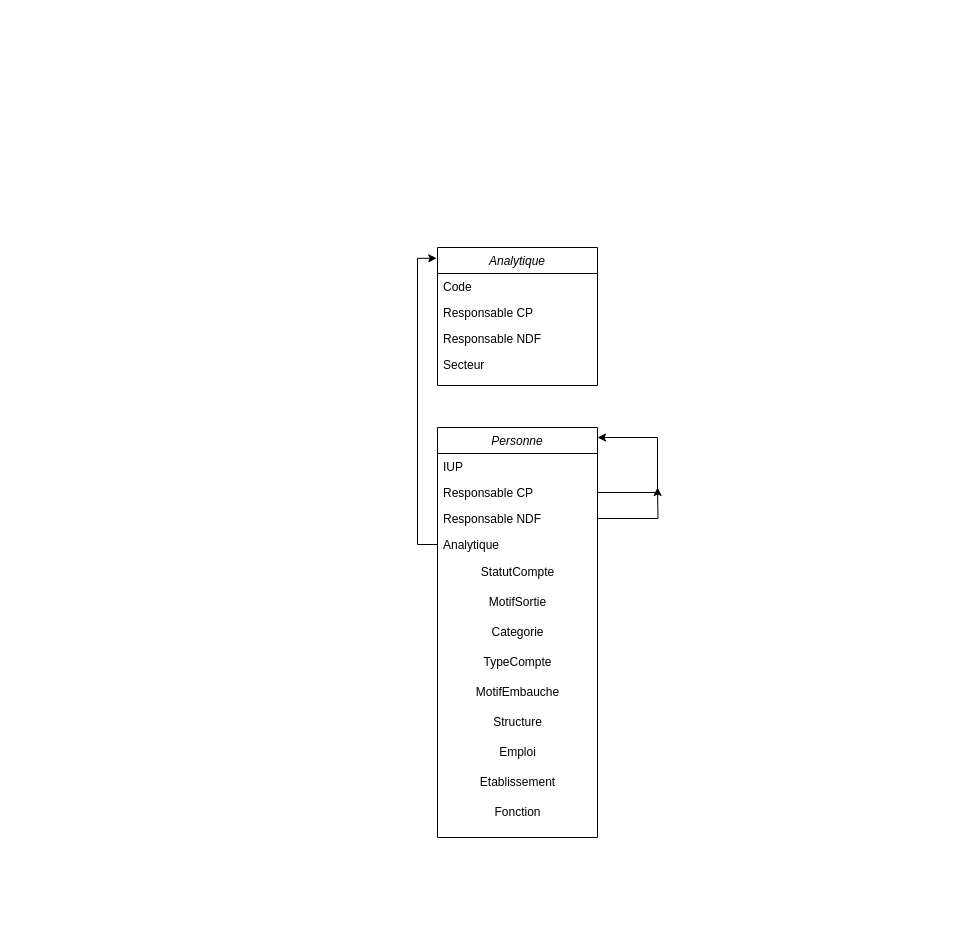
Jlassalle/hello-world keeps this draw.io diagram as Diagramme sans nom.drawio. Above is the earlier version. Source tidied: cells renumbered, new cells numbered last; positions are measured from the earlier drawing's top-left corner, leaving out a move shared by most shapes. Both pictures are drawn from the tidied source at 100%, with x=0, y=0 at pixel (437, 247).
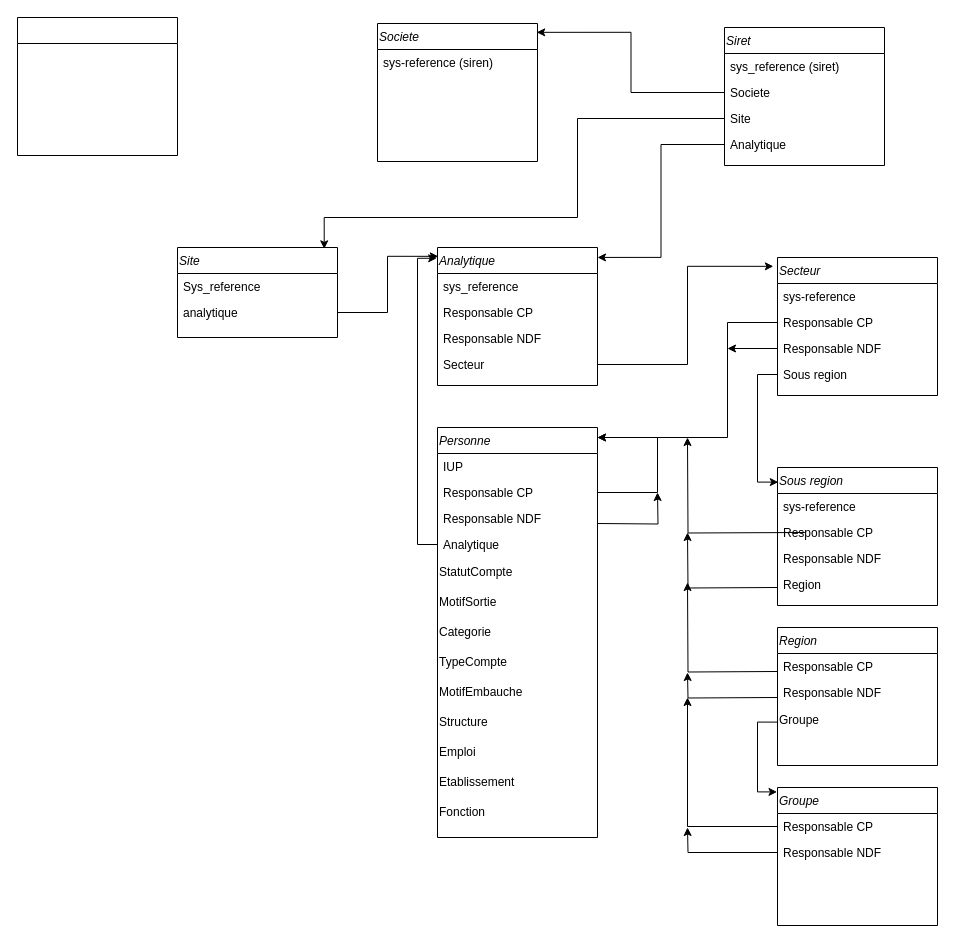
The same page after the edit.

Commit message (it also covers changes not shown here):
Mettre à jour Diagramme sans nom.drawio

Unchanged cells that the change refers to:
```xml
<mxCell id="6" value="Secteur" style="text;align=left;verticalAlign=top;spacingLeft=4;spacingRight=4;overflow=hidden;points=[[0,0.5],[1,0.5]];portConstraint=eastwest;" parent="2" vertex="1">
  <mxGeometry y="104" width="160" height="26" as="geometry" />
</mxCell>
<mxCell id="10" value="Responsable CP" style="text;align=left;verticalAlign=top;spacingLeft=4;spacingRight=4;overflow=hidden;points=[[0,0.5],[1,0.5]];portConstraint=eastwest;rounded=0;shadow=0;html=0;" parent="7" vertex="1">
  <mxGeometry y="52" width="160" height="26" as="geometry" />
</mxCell>
<mxCell id="12" value="Responsable NDF" style="text;align=left;verticalAlign=top;spacingLeft=4;spacingRight=4;overflow=hidden;points=[[0,0.5],[1,0.5]];portConstraint=eastwest;rounded=0;shadow=0;html=0;" parent="7" vertex="1">
  <mxGeometry y="78" width="160" height="26" as="geometry" />
</mxCell>
<mxCell id="13" value="Analytique" style="text;align=left;verticalAlign=top;spacingLeft=4;spacingRight=4;overflow=hidden;points=[[0,0.5],[1,0.5]];portConstraint=eastwest;" parent="7" vertex="1">
  <mxGeometry y="104" width="160" height="26" as="geometry" />
</mxCell>
```

What changed in the source:
```diff
@@
-    <mxCell id="2" value="Analytique&#10;" style="swimlane;fontStyle=2;align=center;verticalAlign=top;horizontal=1;startSize=26;rounded=0;shadow=0;strokeWidth=1;" parent="1" vertex="1">
+    <mxCell id="2" value="Analytique&#10;" style="swimlane;fontStyle=2;align=left;verticalAlign=top;horizontal=1;startSize=26;rounded=0;shadow=0;strokeWidth=1;" parent="1" vertex="1">
       <mxGeometry width="160" height="138" as="geometry" />
     </mxCell>
-    <mxCell id="3" value="Code" style="text;align=left;verticalAlign=top;spacingLeft=4;spacingRight=4;overflow=hidden;" parent="2" vertex="1">
+    <mxCell id="3" value="sys_reference" style="text;align=left;verticalAlign=top;spacingLeft=4;spacingRight=4;overflow=hidden;" parent="2" vertex="1">
       <mxGeometry y="26" width="160" height="26" as="geometry" />
     </mxCell>
@@
-    <mxCell id="7" value="Personne" style="swimlane;fontStyle=2;align=center;verticalAlign=top;horizontal=1;startSize=26;rounded=0;shadow=0;strokeWidth=1;" parent="1" vertex="1">
+    <mxCell id="7" value="Personne" style="swimlane;fontStyle=2;align=left;verticalAlign=top;horizontal=1;startSize=26;rounded=0;shadow=0;strokeWidth=1;" parent="1" vertex="1">
       <mxGeometry y="180" width="160" height="410" as="geometry" />
     </mxCell>
@@
-    <mxCell id="9" style="edgeStyle=orthogonalEdgeStyle;rounded=0;jettySize=auto;html=1;" parent="7" edge="1" source="10">
+    <mxCell id="9" style="edgeStyle=orthogonalEdgeStyle;rounded=0;jettySize=auto;html=1;align=left;" parent="7" edge="1" source="10">
       <mxGeometry relative="1" as="geometry">
         <mxPoint x="160" y="10" as="targetPoint" />
         <Array as="points">
           <mxPoint x="220" y="65" />
           <mxPoint x="220" y="10" />
           <mxPoint x="161" y="10" />
         </Array>
       </mxGeometry>
     </mxCell>
@@
-    <mxCell id="11" style="edgeStyle=orthogonalEdgeStyle;rounded=0;jettySize=auto;html=1;" parent="7" edge="1" source="12">
-      <mxGeometry relative="1" as="geometry">
-        <mxPoint x="220" y="60" as="targetPoint" />
-      </mxGeometry>
-    </mxCell>
@@
-    <mxCell id="14" value="StatutCompte" style="text;html=1;align=center;verticalAlign=middle;strokeColor=none;fillColor=none;" parent="7" vertex="1">
+    <mxCell id="14" value="StatutCompte" style="text;html=1;align=left;verticalAlign=middle;strokeColor=none;fillColor=none;" parent="7" vertex="1">
       <mxGeometry y="130" width="160" height="30" as="geometry" />
     </mxCell>
-    <mxCell id="15" value="MotifSortie" style="text;html=1;align=center;verticalAlign=middle;strokeColor=none;fillColor=none;" parent="7" vertex="1">
+    <mxCell id="15" value="MotifSortie" style="text;html=1;align=left;verticalAlign=middle;strokeColor=none;fillColor=none;" parent="7" vertex="1">
       <mxGeometry y="160" width="160" height="30" as="geometry" />
     </mxCell>
-    <mxCell id="16" value="Categorie" style="text;html=1;align=center;verticalAlign=middle;strokeColor=none;fillColor=none;" parent="7" vertex="1">
+    <mxCell id="16" value="Categorie" style="text;html=1;align=left;verticalAlign=middle;strokeColor=none;fillColor=none;" parent="7" vertex="1">
       <mxGeometry y="190" width="160" height="30" as="geometry" />
     </mxCell>
-    <mxCell id="17" value="TypeCompte" style="text;html=1;align=center;verticalAlign=middle;strokeColor=none;fillColor=none;" parent="7" vertex="1">
+    <mxCell id="17" value="TypeCompte" style="text;html=1;align=left;verticalAlign=middle;strokeColor=none;fillColor=none;" parent="7" vertex="1">
       <mxGeometry y="220" width="160" height="30" as="geometry" />
     </mxCell>
-    <mxCell id="18" value="MotifEmbauche" style="text;html=1;align=center;verticalAlign=middle;strokeColor=none;fillColor=none;" parent="7" vertex="1">
+    <mxCell id="18" value="MotifEmbauche" style="text;html=1;align=left;verticalAlign=middle;strokeColor=none;fillColor=none;" parent="7" vertex="1">
       <mxGeometry y="250" width="160" height="30" as="geometry" />
     </mxCell>
-    <mxCell id="19" value="Structure" style="text;html=1;align=center;verticalAlign=middle;strokeColor=none;fillColor=none;" parent="7" vertex="1">
+    <mxCell id="19" value="Structure" style="text;html=1;align=left;verticalAlign=middle;strokeColor=none;fillColor=none;" parent="7" vertex="1">
       <mxGeometry y="280" width="160" height="30" as="geometry" />
     </mxCell>
-    <mxCell id="20" value="Emploi" style="text;html=1;align=center;verticalAlign=middle;strokeColor=none;fillColor=none;" parent="7" vertex="1">
+    <mxCell id="20" value="Emploi" style="text;html=1;align=left;verticalAlign=middle;strokeColor=none;fillColor=none;" parent="7" vertex="1">
       <mxGeometry y="310" width="160" height="30" as="geometry" />
     </mxCell>
-    <mxCell id="21" value="Etablissement" style="text;html=1;align=center;verticalAlign=middle;strokeColor=none;fillColor=none;" parent="7" vertex="1">
+    <mxCell id="21" value="Etablissement" style="text;html=1;align=left;verticalAlign=middle;strokeColor=none;fillColor=none;" parent="7" vertex="1">
       <mxGeometry y="340" width="160" height="30" as="geometry" />
     </mxCell>
-    <mxCell id="22" value="Fonction" style="text;html=1;align=center;verticalAlign=middle;strokeColor=none;fillColor=none;" parent="7" vertex="1">
+    <mxCell id="22" value="Fonction" style="text;html=1;align=left;verticalAlign=middle;strokeColor=none;fillColor=none;" parent="7" vertex="1">
       <mxGeometry y="370" width="160" height="30" as="geometry" />
     </mxCell>
-    <mxCell id="23" style="edgeStyle=orthogonalEdgeStyle;rounded=0;jettySize=auto;html=1;entryX=-0.005;entryY=0.078;entryDx=0;entryDy=0;entryPerimeter=0;" parent="1" edge="1" source="13" target="2">
+    <mxCell id="23" style="edgeStyle=orthogonalEdgeStyle;rounded=0;jettySize=auto;html=1;entryX=-0.005;entryY=0.078;entryDx=0;entryDy=0;entryPerimeter=0;align=left;" parent="1" edge="1" source="13" target="2">
       <mxGeometry relative="1" as="geometry" />
     </mxCell>
+    <mxCell id="24" value="Site" style="swimlane;fontStyle=2;align=left;verticalAlign=top;horizontal=1;startSize=26;rounded=0;shadow=0;strokeWidth=1;" parent="1" vertex="1">
+      <mxGeometry x="-260" width="160" height="90" as="geometry" />
+    </mxCell>
+    <mxCell id="25" value="Sys_reference" style="text;align=left;verticalAlign=top;spacingLeft=4;spacingRight=4;overflow=hidden;" parent="24" vertex="1">
+      <mxGeometry y="26" width="160" height="26" as="geometry" />
+    </mxCell>
+    <mxCell id="26" value="analytique" style="text;align=left;verticalAlign=top;spacingLeft=4;spacingRight=4;overflow=hidden;points=[[0,0.5],[1,0.5]];portConstraint=eastwest;rounded=0;shadow=0;html=0;" parent="24" vertex="1">
+      <mxGeometry y="52" width="160" height="26" as="geometry" />
+    </mxCell>
+    <mxCell id="27" value="Siret" style="swimlane;fontStyle=2;align=left;verticalAlign=top;horizontal=1;startSize=26;rounded=0;shadow=0;strokeWidth=1;" parent="1" vertex="1">
+      <mxGeometry x="287" y="-220" width="160" height="138" as="geometry" />
+    </mxCell>
+    <mxCell id="28" value="sys_reference (siret)" style="text;align=left;verticalAlign=top;spacingLeft=4;spacingRight=4;overflow=hidden;" parent="27" vertex="1">
+      <mxGeometry y="26" width="160" height="26" as="geometry" />
+    </mxCell>
+    <mxCell id="29" value="Societe" style="text;align=left;verticalAlign=top;spacingLeft=4;spacingRight=4;overflow=hidden;points=[[0,0.5],[1,0.5]];portConstraint=eastwest;" parent="27" vertex="1">
+      <mxGeometry y="52" width="160" height="26" as="geometry" />
+    </mxCell>
+    <mxCell id="30" value="Site" style="text;align=left;verticalAlign=top;spacingLeft=4;spacingRight=4;overflow=hidden;points=[[0,0.5],[1,0.5]];portConstraint=eastwest;rounded=0;shadow=0;html=0;" parent="27" vertex="1">
+      <mxGeometry y="78" width="160" height="26" as="geometry" />
+    </mxCell>
+    <mxCell id="31" value="Analytique" style="text;align=left;verticalAlign=top;spacingLeft=4;spacingRight=4;overflow=hidden;points=[[0,0.5],[1,0.5]];portConstraint=eastwest;rounded=0;shadow=0;html=0;" parent="27" vertex="1">
+      <mxGeometry y="104" width="160" height="26" as="geometry" />
+    </mxCell>
+    <mxCell id="32" style="edgeStyle=orthogonalEdgeStyle;rounded=0;jettySize=auto;html=1;entryX=0.005;entryY=0.064;entryDx=0;entryDy=0;entryPerimeter=0;align=left;" parent="1" edge="1" source="26" target="2">
+      <mxGeometry relative="1" as="geometry" />
+    </mxCell>
+    <mxCell id="33" value="Societe" style="swimlane;fontStyle=2;align=left;verticalAlign=top;horizontal=1;startSize=26;rounded=0;shadow=0;strokeWidth=1;" parent="1" vertex="1">
+      <mxGeometry x="-60" y="-224" width="160" height="138" as="geometry" />
+    </mxCell>
+    <mxCell id="34" value="sys-reference (siren)" style="text;align=left;verticalAlign=top;spacingLeft=4;spacingRight=4;overflow=hidden;" parent="33" vertex="1">
+      <mxGeometry y="26" width="160" height="26" as="geometry" />
+    </mxCell>
+    <mxCell id="35" style="edgeStyle=orthogonalEdgeStyle;rounded=0;jettySize=auto;html=1;entryX=1;entryY=0.072;entryDx=0;entryDy=0;entryPerimeter=0;align=left;" parent="1" edge="1" source="31" target="2">
+      <mxGeometry relative="1" as="geometry" />
+    </mxCell>
+    <mxCell id="36" style="edgeStyle=orthogonalEdgeStyle;rounded=0;jettySize=auto;html=1;entryX=0.995;entryY=0.064;entryDx=0;entryDy=0;entryPerimeter=0;align=left;" parent="1" edge="1" source="29" target="33">
+      <mxGeometry relative="1" as="geometry" />
+    </mxCell>
+    <mxCell id="37" style="edgeStyle=orthogonalEdgeStyle;rounded=0;jettySize=auto;html=1;entryX=0.917;entryY=0.015;entryDx=0;entryDy=0;entryPerimeter=0;align=left;" parent="1" edge="1" source="30" target="24">
+      <mxGeometry relative="1" as="geometry">
+        <Array as="points">
+          <mxPoint x="140" y="-129" />
+          <mxPoint x="140" y="-30" />
+          <mxPoint x="-113" y="-30" />
+        </Array>
+      </mxGeometry>
+    </mxCell>
+    <mxCell id="38" style="swimlane;fontStyle=2;align=left;verticalAlign=top;horizontal=1;startSize=26;rounded=0;shadow=0;strokeWidth=1;" parent="1" vertex="1">
+      <mxGeometry x="-420" y="-230" width="160" height="138" as="geometry" />
+    </mxCell>
+    <mxCell id="39" value="Sous region" style="swimlane;fontStyle=2;align=left;verticalAlign=top;horizontal=1;startSize=26;rounded=0;shadow=0;strokeWidth=1;" parent="1" vertex="1">
+      <mxGeometry x="340" y="220" width="160" height="138" as="geometry" />
+    </mxCell>
+    <mxCell id="40" value="sys-reference" style="text;align=left;verticalAlign=top;spacingLeft=4;spacingRight=4;overflow=hidden;" parent="39" vertex="1">
+      <mxGeometry y="26" width="160" height="26" as="geometry" />
+    </mxCell>
+    <mxCell id="41" value="Responsable CP" style="text;align=left;verticalAlign=top;spacingLeft=4;spacingRight=4;overflow=hidden;rounded=0;shadow=0;html=0;" parent="39" vertex="1">
+      <mxGeometry y="52" width="160" height="26" as="geometry" />
+    </mxCell>
+    <mxCell id="42" value="Responsable NDF" style="text;align=left;verticalAlign=top;spacingLeft=4;spacingRight=4;overflow=hidden;rounded=0;shadow=0;html=0;" parent="39" vertex="1">
+      <mxGeometry y="78" width="160" height="26" as="geometry" />
+    </mxCell>
+    <mxCell id="43" value="Region" style="text;align=left;verticalAlign=top;spacingLeft=4;spacingRight=4;overflow=hidden;" parent="39" vertex="1">
+      <mxGeometry y="104" width="160" height="26" as="geometry" />
+    </mxCell>
+    <mxCell id="44" value="Secteur" style="swimlane;fontStyle=2;align=left;verticalAlign=top;horizontal=1;startSize=26;rounded=0;shadow=0;strokeWidth=1;" parent="1" vertex="1">
+      <mxGeometry x="340" y="10" width="160" height="138" as="geometry" />
+    </mxCell>
+    <mxCell id="45" value="sys-reference" style="text;align=left;verticalAlign=top;spacingLeft=4;spacingRight=4;overflow=hidden;" parent="44" vertex="1">
+      <mxGeometry y="26" width="160" height="26" as="geometry" />
+    </mxCell>
+    <mxCell id="46" value="Responsable CP" style="text;align=left;verticalAlign=top;spacingLeft=4;spacingRight=4;overflow=hidden;points=[[0,0.5],[1,0.5]];portConstraint=eastwest;rounded=0;shadow=0;html=0;" parent="44" vertex="1">
+      <mxGeometry y="52" width="160" height="26" as="geometry" />
+    </mxCell>
+    <mxCell id="47" style="edgeStyle=orthogonalEdgeStyle;rounded=0;jettySize=auto;html=1;align=left;" parent="44" edge="1" source="48">
+      <mxGeometry relative="1" as="geometry">
+        <mxPoint x="-50" y="91" as="targetPoint" />
+      </mxGeometry>
+    </mxCell>
+    <mxCell id="48" value="Responsable NDF" style="text;align=left;verticalAlign=top;spacingLeft=4;spacingRight=4;overflow=hidden;points=[[0,0.5],[1,0.5]];portConstraint=eastwest;rounded=0;shadow=0;html=0;" parent="44" vertex="1">
+      <mxGeometry y="78" width="160" height="26" as="geometry" />
+    </mxCell>
+    <mxCell id="49" value="Sous region" style="text;align=left;verticalAlign=top;spacingLeft=4;spacingRight=4;overflow=hidden;points=[[0,0.5],[1,0.5]];portConstraint=eastwest;" parent="44" vertex="1">
+      <mxGeometry y="104" width="160" height="26" as="geometry" />
+    </mxCell>
+    <mxCell id="50" style="edgeStyle=orthogonalEdgeStyle;rounded=0;jettySize=auto;html=1;entryX=-0.026;entryY=0.064;entryDx=0;entryDy=0;entryPerimeter=0;align=left;" parent="1" edge="1" source="6" target="44">
+      <mxGeometry relative="1" as="geometry" />
+    </mxCell>
+    <mxCell id="51" style="edgeStyle=orthogonalEdgeStyle;rounded=0;jettySize=auto;html=1;align=left;" parent="1" edge="1" source="46">
+      <mxGeometry relative="1" as="geometry">
+        <mxPoint x="160" y="190" as="targetPoint" />
+        <Array as="points">
+          <mxPoint x="290" y="75" />
+          <mxPoint x="290" y="190" />
+          <mxPoint x="159" y="190" />
+        </Array>
+      </mxGeometry>
+    </mxCell>
+    <mxCell id="52" style="edgeStyle=orthogonalEdgeStyle;rounded=0;jettySize=auto;html=1;entryX=0.005;entryY=0.106;entryDx=0;entryDy=0;entryPerimeter=0;align=left;" parent="1" edge="1" source="49" target="39">
+      <mxGeometry relative="1" as="geometry" />
+    </mxCell>
+    <mxCell id="53" style="edgeStyle=orthogonalEdgeStyle;rounded=0;orthogonalLoop=1;jettySize=auto;html=1;align=left;" parent="1" edge="1">
+      <mxGeometry relative="1" as="geometry">
+        <mxPoint x="367.4" y="285" as="sourcePoint" />
+        <mxPoint x="250" y="190" as="targetPoint" />
+      </mxGeometry>
+    </mxCell>
+    <mxCell id="54" style="edgeStyle=orthogonalEdgeStyle;rounded=0;orthogonalLoop=1;jettySize=auto;html=1;align=left;" parent="1" edge="1">
+      <mxGeometry relative="1" as="geometry">
+        <mxPoint x="340" y="340" as="sourcePoint" />
+        <mxPoint x="250" y="285" as="targetPoint" />
+      </mxGeometry>
+    </mxCell>
+    <mxCell id="55" value="Region" style="swimlane;fontStyle=2;align=left;verticalAlign=top;horizontal=1;startSize=26;rounded=0;shadow=0;strokeWidth=1;" parent="1" vertex="1">
+      <mxGeometry x="340" y="380" width="160" height="138" as="geometry" />
+    </mxCell>
+    <mxCell id="56" value="Responsable CP" style="text;align=left;verticalAlign=top;spacingLeft=4;spacingRight=4;overflow=hidden;rounded=0;shadow=0;html=0;" parent="55" vertex="1">
+      <mxGeometry y="26" width="160" height="26" as="geometry" />
+    </mxCell>
+    <mxCell id="57" value="Responsable NDF" style="text;align=left;verticalAlign=top;spacingLeft=4;spacingRight=4;overflow=hidden;rounded=0;shadow=0;html=0;" parent="55" vertex="1">
+      <mxGeometry y="52" width="160" height="26" as="geometry" />
+    </mxCell>
+    <mxCell id="58" value="Groupe" style="text;html=1;align=left;verticalAlign=middle;points=[];strokeColor=none;fillColor=none;" parent="55" vertex="1">
+      <mxGeometry y="78" width="160" height="30" as="geometry" />
+    </mxCell>
+    <mxCell id="59" value="Groupe" style="swimlane;fontStyle=2;align=left;verticalAlign=top;horizontal=1;startSize=26;rounded=0;shadow=0;strokeWidth=1;" parent="1" vertex="1">
+      <mxGeometry x="340" y="540" width="160" height="138" as="geometry" />
+    </mxCell>
+    <mxCell id="60" value="Responsable CP" style="text;align=left;verticalAlign=top;spacingLeft=4;spacingRight=4;overflow=hidden;points=[[0,0.5],[1,0.5]];portConstraint=eastwest;rounded=0;shadow=0;html=0;" parent="59" vertex="1">
+      <mxGeometry y="26" width="160" height="26" as="geometry" />
+    </mxCell>
+    <mxCell id="61" style="edgeStyle=orthogonalEdgeStyle;rounded=0;jettySize=auto;html=1;align=left;" parent="59" edge="1" source="62">
+      <mxGeometry relative="1" as="geometry">
+        <mxPoint x="-90" y="40" as="targetPoint" />
+      </mxGeometry>
+    </mxCell>
+    <mxCell id="62" value="Responsable NDF" style="text;align=left;verticalAlign=top;spacingLeft=4;spacingRight=4;overflow=hidden;points=[[0,0.5],[1,0.5]];portConstraint=eastwest;rounded=0;shadow=0;html=0;" parent="59" vertex="1">
+      <mxGeometry y="52" width="160" height="26" as="geometry" />
+    </mxCell>
+    <mxCell id="63" style="edgeStyle=orthogonalEdgeStyle;rounded=0;orthogonalLoop=1;jettySize=auto;html=1;align=left;" parent="1" edge="1">
+      <mxGeometry relative="1" as="geometry">
+        <mxPoint x="340" y="450" as="sourcePoint" />
+        <mxPoint x="250" y="425" as="targetPoint" />
+      </mxGeometry>
+    </mxCell>
+    <mxCell id="64" style="edgeStyle=orthogonalEdgeStyle;rounded=0;orthogonalLoop=1;jettySize=auto;html=1;align=left;" parent="1" edge="1">
+      <mxGeometry relative="1" as="geometry">
+        <mxPoint x="340" y="424" as="sourcePoint" />
+        <mxPoint x="250" y="335" as="targetPoint" />
+      </mxGeometry>
+    </mxCell>
+    <mxCell id="11" style="edgeStyle=orthogonalEdgeStyle;rounded=0;orthogonalLoop=1;jettySize=auto;html=1;align=left;" parent="1" edge="1">
+      <mxGeometry relative="1" as="geometry">
+        <mxPoint x="160" y="276" as="sourcePoint" />
+        <mxPoint x="220" y="245" as="targetPoint" />
+      </mxGeometry>
+    </mxCell>
+    <mxCell id="65" style="edgeStyle=orthogonalEdgeStyle;rounded=0;jettySize=auto;html=1;align=left;" parent="1" edge="1" source="60">
+      <mxGeometry relative="1" as="geometry">
+        <mxPoint x="250" y="450" as="targetPoint" />
+        <Array as="points">
+          <mxPoint x="250" y="579" />
+        </Array>
+      </mxGeometry>
+    </mxCell>
+    <mxCell id="66" style="edgeStyle=orthogonalEdgeStyle;rounded=0;jettySize=auto;html=1;entryX=-0.003;entryY=0.032;entryDx=0;entryDy=0;entryPerimeter=0;exitX=-0.003;exitY=0.554;exitDx=0;exitDy=0;exitPerimeter=0;align=left;" parent="1" edge="1" source="58" target="59">
+      <mxGeometry relative="1" as="geometry" />
+    </mxCell>
```
